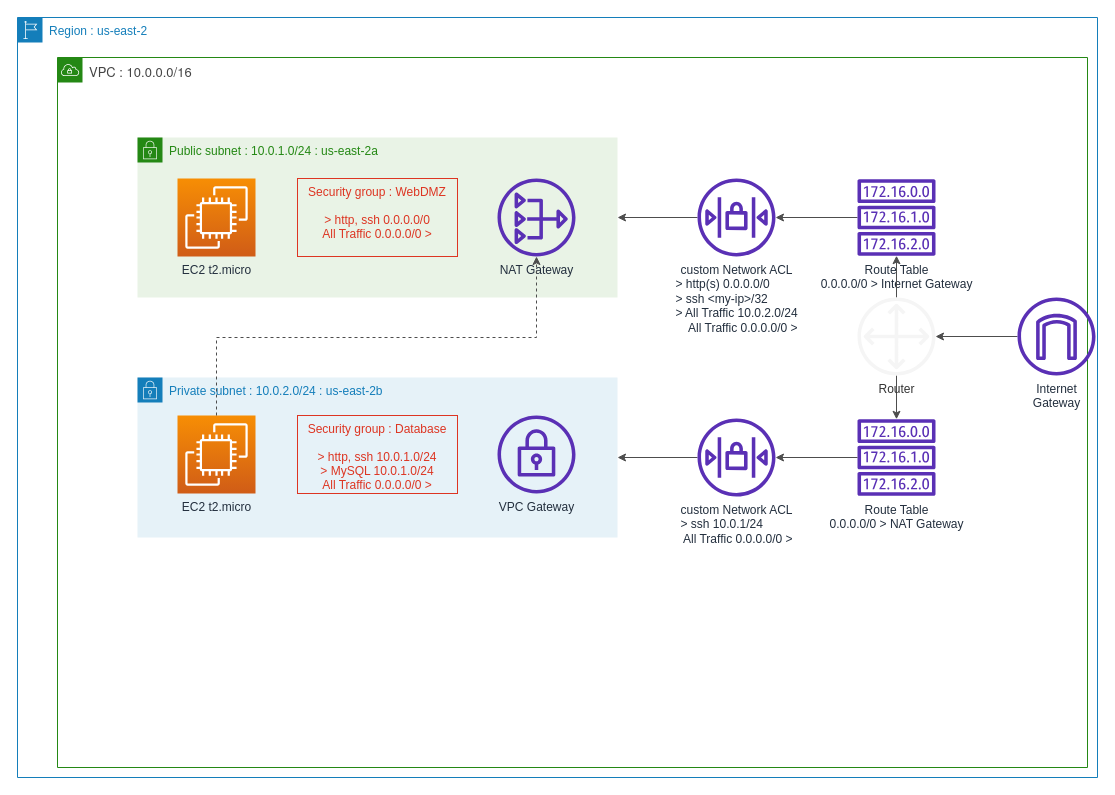
This is page "vpc-ha" (2 of 3) of aws/aws-diagrams.drawio from roybailey/research-devops, a draw.io file, before an edit. Source tidied: cells renumbered, new cells numbered last; positions are measured from the earlier drawing's top-left corner, leaving out a move shared by most shapes. Both pictures are drawn from the tidied source at 100%, with x=0, y=0 at pixel (17, 17).
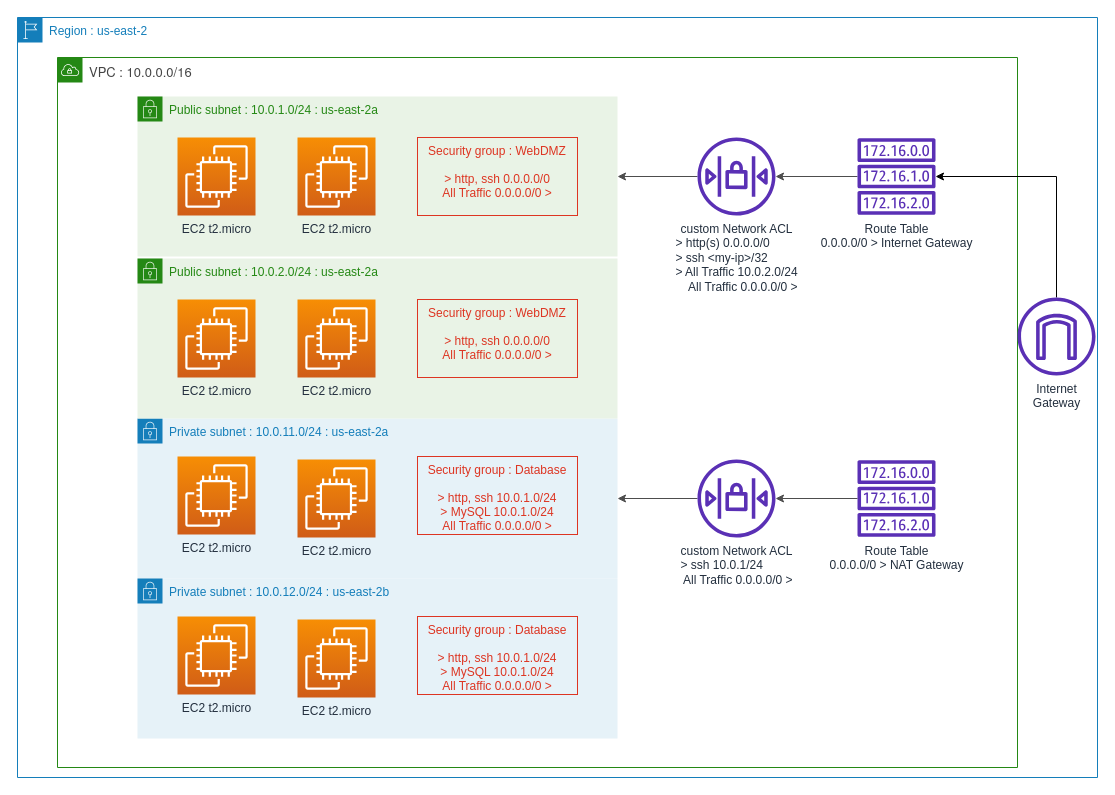
The same page after the edit.

The change refers to these unchanged cells:
```xml
<mxCell id="13" value="Internet&lt;br&gt;Gateway" style="outlineConnect=0;fontColor=#232F3E;gradientColor=none;fillColor=#5A30B5;strokeColor=none;dashed=0;verticalLabelPosition=bottom;verticalAlign=top;align=center;html=1;fontSize=12;fontStyle=0;shape=mxgraph.aws4.internet_gateway;" parent="1" vertex="1">
  <mxGeometry x="1000" y="280" width="78" height="78" as="geometry" />
</mxCell>
```

What changed in the source:
```diff
@@
     <mxCell id="3" value="&lt;div class=&quot;GGRJNV5DOEG&quot; style=&quot;display: inline-block ; color: rgb(68 , 68 , 68) ; font-family: &amp;#34;helvetica neue&amp;#34; , &amp;#34;roboto&amp;#34; , &amp;#34;arial&amp;#34; , sans-serif ; font-size: 13px ; white-space: pre ; background-color: rgb(255 , 255 , 255)&quot;&gt;VPC : &lt;/div&gt;&lt;span style=&quot;color: rgb(68 , 68 , 68) ; font-family: &amp;#34;helvetica neue&amp;#34; , &amp;#34;roboto&amp;#34; , &amp;#34;arial&amp;#34; , sans-serif ; font-size: 13px ; background-color: rgb(255 , 255 , 255)&quot;&gt;10.0.0.0/16&lt;/span&gt;" style="gradientColor=none;html=1;whiteSpace=wrap;fontSize=12;fontStyle=0;shape=mxgraph.aws4.group;grIcon=mxgraph.aws4.group_vpc;strokeColor=#248814;fillColor=none;verticalAlign=top;align=left;spacingLeft=30;fontColor=#AAB7B8;dashed=0;" parent="1" vertex="1">
-      <mxGeometry x="40" y="40" width="1030" height="710" as="geometry" />
+      <mxGeometry x="40" y="40" width="960" height="710" as="geometry" />
     </mxCell>
-    <mxCell id="4" value="Private subnet : 10.0.2.0/24 :&amp;nbsp;&lt;span style=&quot;text-align: center ; white-space: nowrap&quot;&gt;us-east-2b&lt;/span&gt;" style="points=[[0,0],[0.25,0],[0.5,0],[0.75,0],[1,0],[1,0.25],[1,0.5],[1,0.75],[1,1],[0.75,1],[0.5,1],[0.25,1],[0,1],[0,0.75],[0,0.5],[0,0.25]];outlineConnect=0;gradientColor=none;html=1;whiteSpace=wrap;fontSize=12;fontStyle=0;shape=mxgraph.aws4.group;grIcon=mxgraph.aws4.group_security_group;grStroke=0;strokeColor=#147EBA;fillColor=#E6F2F8;verticalAlign=top;align=left;spacingLeft=30;fontColor=#147EBA;dashed=0;" parent="1" vertex="1">
-      <mxGeometry x="120" y="360" width="480" height="160" as="geometry" />
+    <mxCell id="4" value="Private subnet : 10.0.11.0/24 :&amp;nbsp;&lt;span style=&quot;text-align: center ; white-space: nowrap&quot;&gt;us-east-2a&lt;/span&gt;" style="points=[[0,0],[0.25,0],[0.5,0],[0.75,0],[1,0],[1,0.25],[1,0.5],[1,0.75],[1,1],[0.75,1],[0.5,1],[0.25,1],[0,1],[0,0.75],[0,0.5],[0,0.25]];outlineConnect=0;gradientColor=none;html=1;whiteSpace=wrap;fontSize=12;fontStyle=0;shape=mxgraph.aws4.group;grIcon=mxgraph.aws4.group_security_group;grStroke=0;strokeColor=#147EBA;fillColor=#E6F2F8;verticalAlign=top;align=left;spacingLeft=30;fontColor=#147EBA;dashed=0;" parent="1" vertex="1">
+      <mxGeometry x="120" y="401" width="480" height="160" as="geometry" />
     </mxCell>
@@
     <mxCell id="6" value="EC2 t2.micro" style="outlineConnect=0;fontColor=#232F3E;gradientColor=#F78E04;gradientDirection=north;fillColor=#D05C17;strokeColor=#ffffff;dashed=0;verticalLabelPosition=bottom;verticalAlign=top;align=center;html=1;fontSize=12;fontStyle=0;shape=mxgraph.aws4.resourceIcon;resIcon=mxgraph.aws4.ec2;" parent="1" vertex="1">
-      <mxGeometry x="160" y="398" width="78" height="78" as="geometry" />
+      <mxGeometry x="160" y="439" width="78" height="78" as="geometry" />
     </mxCell>
     <mxCell id="7" value="Public subnet : 10.0.1.0/24 : us-east-2a" style="points=[[0,0],[0.25,0],[0.5,0],[0.75,0],[1,0],[1,0.25],[1,0.5],[1,0.75],[1,1],[0.75,1],[0.5,1],[0.25,1],[0,1],[0,0.75],[0,0.5],[0,0.25]];outlineConnect=0;gradientColor=none;html=1;whiteSpace=wrap;fontSize=12;fontStyle=0;shape=mxgraph.aws4.group;grIcon=mxgraph.aws4.group_security_group;grStroke=0;strokeColor=#248814;fillColor=#E9F3E6;verticalAlign=top;align=left;spacingLeft=30;fontColor=#248814;dashed=0;" parent="1" vertex="1">
-      <mxGeometry x="120" y="120" width="480" height="160" as="geometry" />
+      <mxGeometry x="120" y="79" width="480" height="160" as="geometry" />
     </mxCell>
     <mxCell id="8" value="EC2 t2.micro" style="fontColor=#232F3E;gradientColor=#F78E04;gradientDirection=north;fillColor=#D05C17;strokeColor=#ffffff;dashed=0;verticalLabelPosition=bottom;verticalAlign=top;align=center;html=1;fontSize=12;fontStyle=0;shape=mxgraph.aws4.resourceIcon;resIcon=mxgraph.aws4.ec2;" parent="1" vertex="1">
-      <mxGeometry x="160" y="161" width="78" height="78" as="geometry" />
+      <mxGeometry x="160" y="120" width="78" height="78" as="geometry" />
     </mxCell>
@@
     <mxCell id="10" value="custom Network ACL&lt;br&gt;&lt;div style=&quot;text-align: left&quot;&gt;&lt;span&gt;&amp;gt; http(s) 0.0.0.0/0&lt;/span&gt;&lt;/div&gt;&lt;div style=&quot;text-align: left&quot;&gt;&lt;span&gt;&amp;gt; ssh &amp;lt;my-ip&amp;gt;/32&lt;/span&gt;&lt;/div&gt;&lt;div style=&quot;text-align: left&quot;&gt;&lt;span&gt;&amp;gt; All Traffic 10.0.2.0/24&lt;/span&gt;&lt;/div&gt;&lt;div style=&quot;text-align: right&quot;&gt;&lt;span&gt;&amp;nbsp;All Traffic 0.0.0.0/0 &amp;gt;&lt;/span&gt;&lt;/div&gt;" style="outlineConnect=0;fontColor=#232F3E;gradientColor=none;fillColor=#5A30B5;strokeColor=none;dashed=0;verticalLabelPosition=bottom;verticalAlign=top;align=center;html=1;fontSize=12;fontStyle=0;shape=mxgraph.aws4.network_access_control_list;" parent="1" vertex="1">
-      <mxGeometry x="680" y="161" width="78" height="78" as="geometry" />
+      <mxGeometry x="680" y="120" width="78" height="78" as="geometry" />
     </mxCell>
-    <mxCell id="11" value="NAT Gateway" style="outlineConnect=0;fontColor=#232F3E;gradientColor=none;fillColor=#5A30B5;strokeColor=none;dashed=0;verticalLabelPosition=bottom;verticalAlign=top;align=center;html=1;fontSize=12;fontStyle=0;shape=mxgraph.aws4.nat_gateway;" parent="1" vertex="1">
-      <mxGeometry x="480" y="161" width="78" height="78" as="geometry" />
-    </mxCell>
-    <mxCell id="12" style="edgeStyle=orthogonalEdgeStyle;rounded=0;jettySize=auto;html=1;strokeColor=#4D4D4D;" parent="1" edge="1" source="13" target="22">
-      <mxGeometry relative="1" as="geometry" />
-    </mxCell>
+    <mxCell id="27" style="edgeStyle=orthogonalEdgeStyle;rounded=0;jettySize=auto;html=1;" parent="1" edge="1" source="13" target="15">
+      <mxGeometry relative="1" as="geometry">
+        <Array as="points">
+          <mxPoint x="1039" y="159" />
+        </Array>
+      </mxGeometry>
+    </mxCell>
@@
     <mxCell id="15" value="Route Table&lt;br&gt;0.0.0.0/0 &amp;gt; Internet Gateway" style="outlineConnect=0;fontColor=#232F3E;gradientColor=none;fillColor=#5A30B5;strokeColor=none;dashed=0;verticalLabelPosition=bottom;verticalAlign=top;align=center;html=1;fontSize=12;fontStyle=0;shape=mxgraph.aws4.route_table;" parent="1" vertex="1">
-      <mxGeometry x="840" y="161" width="78" height="78" as="geometry" />
+      <mxGeometry x="840" y="120" width="78" height="78" as="geometry" />
     </mxCell>
     <mxCell id="16" value="Route Table&lt;br&gt;0.0.0.0/0 &amp;gt; NAT Gateway" style="outlineConnect=0;fontColor=#232F3E;gradientColor=none;fillColor=#5A30B5;strokeColor=none;dashed=0;verticalLabelPosition=bottom;verticalAlign=top;align=center;html=1;fontSize=12;fontStyle=0;shape=mxgraph.aws4.route_table;" parent="1" vertex="1">
-      <mxGeometry x="840" y="401" width="78" height="78" as="geometry" />
+      <mxGeometry x="840" y="442" width="78" height="78" as="geometry" />
     </mxCell>
     <mxCell id="17" value="Security group : WebDMZ&#10;&#10;&gt; http, ssh 0.0.0.0/0&#10;All Traffic 0.0.0.0/0 &gt;" style="fillColor=none;strokeColor=#DD3522;verticalAlign=top;fontStyle=0;fontColor=#DD3522;" parent="1" vertex="1">
-      <mxGeometry x="280" y="161" width="160" height="78" as="geometry" />
+      <mxGeometry x="400" y="120" width="160" height="78" as="geometry" />
     </mxCell>
     <mxCell id="18" value="Security group : Database&#10;&#10;&gt; http, ssh 10.0.1.0/24&#10;&gt; MySQL 10.0.1.0/24&#10;All Traffic 0.0.0.0/0 &gt;" style="fillColor=none;strokeColor=#DD3522;verticalAlign=top;fontStyle=0;fontColor=#DD3522;align=center;" parent="1" vertex="1">
-      <mxGeometry x="280" y="398" width="160" height="78" as="geometry" />
+      <mxGeometry x="400" y="439" width="160" height="78" as="geometry" />
     </mxCell>
-    <mxCell id="19" style="edgeStyle=orthogonalEdgeStyle;rounded=0;jettySize=auto;html=1;strokeColor=#4D4D4D;dashed=1;" parent="1" edge="1" source="6" target="11">
-      <mxGeometry relative="1" as="geometry">
-        <Array as="points">
-          <mxPoint x="199" y="320" />
-          <mxPoint x="519" y="320" />
-        </Array>
-      </mxGeometry>
-    </mxCell>
-    <mxCell id="20" style="edgeStyle=orthogonalEdgeStyle;rounded=0;jettySize=auto;html=1;strokeColor=#4D4D4D;" parent="1" edge="1" source="22" target="15">
-      <mxGeometry relative="1" as="geometry" />
-    </mxCell>
-    <mxCell id="21" style="edgeStyle=orthogonalEdgeStyle;rounded=0;jettySize=auto;html=1;strokeColor=#4D4D4D;" parent="1" edge="1" source="22" target="16">
-      <mxGeometry relative="1" as="geometry" />
-    </mxCell>
-    <mxCell id="22" value="Router" style="outlineConnect=0;fontColor=#333333;fillColor=#f5f5f5;strokeColor=#666666;dashed=0;verticalLabelPosition=bottom;verticalAlign=top;align=center;html=1;fontSize=12;fontStyle=0;shape=mxgraph.aws4.customer_gateway;" parent="1" vertex="1">
-      <mxGeometry x="840" y="280" width="78" height="78" as="geometry" />
-    </mxCell>
@@
     <mxCell id="24" value="custom Network ACL&lt;br&gt;&lt;div style=&quot;text-align: left&quot;&gt;&lt;span&gt;&amp;gt; ssh 10.0.1/24&lt;/span&gt;&lt;br&gt;&lt;/div&gt;&lt;div style=&quot;text-align: right&quot;&gt;&lt;/div&gt;&lt;span&gt;&lt;div style=&quot;text-align: right&quot;&gt;&lt;span&gt;All Traffic&amp;nbsp;&lt;/span&gt;&lt;span style=&quot;text-align: right&quot;&gt;0.0.0.0/0 &amp;gt;&lt;/span&gt;&lt;/div&gt;&lt;/span&gt;" style="outlineConnect=0;fontColor=#232F3E;gradientColor=none;fillColor=#5A30B5;strokeColor=none;dashed=0;verticalLabelPosition=bottom;verticalAlign=top;align=center;html=1;fontSize=12;fontStyle=0;shape=mxgraph.aws4.network_access_control_list;" parent="1" vertex="1">
-      <mxGeometry x="680" y="401" width="78" height="78" as="geometry" />
+      <mxGeometry x="680" y="442" width="78" height="78" as="geometry" />
     </mxCell>
@@
-    <mxCell id="26" value="VPC Gateway" style="fontColor=#232F3E;gradientColor=none;fillColor=#5A30B5;strokeColor=none;dashed=0;verticalLabelPosition=bottom;verticalAlign=top;align=center;html=1;fontSize=12;fontStyle=0;shape=mxgraph.aws4.vpn_gateway;" parent="1" vertex="1">
-      <mxGeometry x="480" y="398" width="78" height="78" as="geometry" />
-    </mxCell>
+    <mxCell id="28" value="EC2 t2.micro" style="fontColor=#232F3E;gradientColor=#F78E04;gradientDirection=north;fillColor=#D05C17;strokeColor=#ffffff;dashed=0;verticalLabelPosition=bottom;verticalAlign=top;align=center;html=1;fontSize=12;fontStyle=0;shape=mxgraph.aws4.resourceIcon;resIcon=mxgraph.aws4.ec2;" parent="1" vertex="1">
+      <mxGeometry x="280" y="120" width="78" height="78" as="geometry" />
+    </mxCell>
+    <mxCell id="29" value="Public subnet : 10.0.2.0/24 : us-east-2a" style="gradientColor=none;html=1;whiteSpace=wrap;fontSize=12;fontStyle=0;shape=mxgraph.aws4.group;grIcon=mxgraph.aws4.group_security_group;grStroke=0;strokeColor=#248814;fillColor=#E9F3E6;verticalAlign=top;align=left;spacingLeft=30;fontColor=#248814;dashed=0;" parent="1" vertex="1">
+      <mxGeometry x="120" y="241" width="480" height="160" as="geometry" />
+    </mxCell>
+    <mxCell id="30" value="EC2 t2.micro" style="fontColor=#232F3E;gradientColor=#F78E04;gradientDirection=north;fillColor=#D05C17;strokeColor=#ffffff;dashed=0;verticalLabelPosition=bottom;verticalAlign=top;align=center;html=1;fontSize=12;fontStyle=0;shape=mxgraph.aws4.resourceIcon;resIcon=mxgraph.aws4.ec2;" parent="1" vertex="1">
+      <mxGeometry x="160" y="282" width="78" height="78" as="geometry" />
+    </mxCell>
+    <mxCell id="31" value="Security group : WebDMZ&#10;&#10;&gt; http, ssh 0.0.0.0/0&#10;All Traffic 0.0.0.0/0 &gt;" style="fillColor=none;strokeColor=#DD3522;verticalAlign=top;fontStyle=0;fontColor=#DD3522;" parent="1" vertex="1">
+      <mxGeometry x="400" y="282" width="160" height="78" as="geometry" />
+    </mxCell>
+    <mxCell id="32" value="EC2 t2.micro" style="fontColor=#232F3E;gradientColor=#F78E04;gradientDirection=north;fillColor=#D05C17;strokeColor=#ffffff;dashed=0;verticalLabelPosition=bottom;verticalAlign=top;align=center;html=1;fontSize=12;fontStyle=0;shape=mxgraph.aws4.resourceIcon;resIcon=mxgraph.aws4.ec2;" parent="1" vertex="1">
+      <mxGeometry x="280" y="282" width="78" height="78" as="geometry" />
+    </mxCell>
+    <mxCell id="33" value="EC2 t2.micro" style="fontColor=#232F3E;gradientColor=#F78E04;gradientDirection=north;fillColor=#D05C17;strokeColor=#ffffff;dashed=0;verticalLabelPosition=bottom;verticalAlign=top;align=center;html=1;fontSize=12;fontStyle=0;shape=mxgraph.aws4.resourceIcon;resIcon=mxgraph.aws4.ec2;" parent="1" vertex="1">
+      <mxGeometry x="280" y="442" width="78" height="78" as="geometry" />
+    </mxCell>
+    <mxCell id="34" value="Private subnet : 10.0.12.0/24 :&amp;nbsp;&lt;span style=&quot;text-align: center ; white-space: nowrap&quot;&gt;us-east-2b&lt;/span&gt;" style="gradientColor=none;html=1;whiteSpace=wrap;fontSize=12;fontStyle=0;shape=mxgraph.aws4.group;grIcon=mxgraph.aws4.group_security_group;grStroke=0;strokeColor=#147EBA;fillColor=#E6F2F8;verticalAlign=top;align=left;spacingLeft=30;fontColor=#147EBA;dashed=0;" parent="1" vertex="1">
+      <mxGeometry x="120" y="561" width="480" height="160" as="geometry" />
+    </mxCell>
+    <mxCell id="35" value="EC2 t2.micro" style="fontColor=#232F3E;gradientColor=#F78E04;gradientDirection=north;fillColor=#D05C17;strokeColor=#ffffff;dashed=0;verticalLabelPosition=bottom;verticalAlign=top;align=center;html=1;fontSize=12;fontStyle=0;shape=mxgraph.aws4.resourceIcon;resIcon=mxgraph.aws4.ec2;" parent="1" vertex="1">
+      <mxGeometry x="160" y="599" width="78" height="78" as="geometry" />
+    </mxCell>
+    <mxCell id="36" value="Security group : Database&#10;&#10;&gt; http, ssh 10.0.1.0/24&#10;&gt; MySQL 10.0.1.0/24&#10;All Traffic 0.0.0.0/0 &gt;" style="fillColor=none;strokeColor=#DD3522;verticalAlign=top;fontStyle=0;fontColor=#DD3522;align=center;" parent="1" vertex="1">
+      <mxGeometry x="400" y="599" width="160" height="78" as="geometry" />
+    </mxCell>
+    <mxCell id="37" value="EC2 t2.micro" style="fontColor=#232F3E;gradientColor=#F78E04;gradientDirection=north;fillColor=#D05C17;strokeColor=#ffffff;dashed=0;verticalLabelPosition=bottom;verticalAlign=top;align=center;html=1;fontSize=12;fontStyle=0;shape=mxgraph.aws4.resourceIcon;resIcon=mxgraph.aws4.ec2;" parent="1" vertex="1">
+      <mxGeometry x="280" y="602" width="78" height="78" as="geometry" />
+    </mxCell>
```
